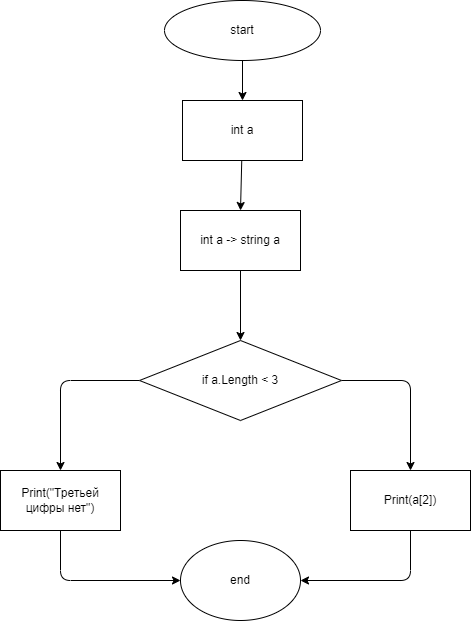
The draw.io diagram lection002/Exp002/diagram.drawio.png in xAlex099x/GB-C-lessons, before a commit. Source tidied: cells renumbered, new cells last; positions are measured from the earlier drawing's top-left corner, leaving out a move shared by most shapes. Source of this version:
```xml
<mxGraphModel>
  <root>
    <mxCell id="0" />
    <mxCell id="1" parent="0" />
    <mxCell id="2" style="edgeStyle=none;html=1;entryX=0.5;entryY=0;entryDx=0;entryDy=0;" parent="1" edge="1" source="3" target="5">
      <mxGeometry relative="1" as="geometry" />
    </mxCell>
    <mxCell id="3" value="start" style="ellipse;whiteSpace=wrap;html=1;" parent="1" vertex="1">
      <mxGeometry x="164" width="156" height="60" as="geometry" />
    </mxCell>
    <mxCell id="4" style="edgeStyle=none;html=1;entryX=0.5;entryY=0;entryDx=0;entryDy=0;" parent="1" edge="1" source="5" target="8">
      <mxGeometry relative="1" as="geometry" />
    </mxCell>
    <mxCell id="5" value="int a" style="rounded=0;whiteSpace=wrap;html=1;" parent="1" vertex="1">
      <mxGeometry x="182" y="100" width="120" height="60" as="geometry" />
    </mxCell>
    <mxCell id="6" value="end" style="ellipse;whiteSpace=wrap;html=1;" parent="1" vertex="1">
      <mxGeometry x="180" y="540" width="120" height="80" as="geometry" />
    </mxCell>
    <mxCell id="7" style="edgeStyle=none;html=1;entryX=0.5;entryY=0;entryDx=0;entryDy=0;" parent="1" edge="1" source="8" target="11">
      <mxGeometry relative="1" as="geometry" />
    </mxCell>
    <mxCell id="8" value="int a -&amp;gt; string a" style="rounded=0;whiteSpace=wrap;html=1;" parent="1" vertex="1">
      <mxGeometry x="180" y="210" width="120" height="60" as="geometry" />
    </mxCell>
    <mxCell id="9" style="edgeStyle=none;html=1;entryX=0.5;entryY=0;entryDx=0;entryDy=0;" parent="1" edge="1" source="11" target="13">
      <mxGeometry relative="1" as="geometry">
        <Array as="points">
          <mxPoint x="60" y="380" />
        </Array>
      </mxGeometry>
    </mxCell>
    <mxCell id="10" style="edgeStyle=none;html=1;entryX=0.5;entryY=0;entryDx=0;entryDy=0;exitX=1;exitY=0.5;exitDx=0;exitDy=0;" parent="1" edge="1" source="11" target="15">
      <mxGeometry relative="1" as="geometry">
        <Array as="points">
          <mxPoint x="410" y="380" />
        </Array>
      </mxGeometry>
    </mxCell>
    <mxCell id="11" value="if a.Length &amp;lt; 3" style="rhombus;whiteSpace=wrap;html=1;" parent="1" vertex="1">
      <mxGeometry x="139" y="340" width="202" height="80" as="geometry" />
    </mxCell>
    <mxCell id="12" style="edgeStyle=none;html=1;entryX=0;entryY=0.5;entryDx=0;entryDy=0;" parent="1" edge="1" source="13" target="6">
      <mxGeometry relative="1" as="geometry">
        <Array as="points">
          <mxPoint x="60" y="580" />
        </Array>
      </mxGeometry>
    </mxCell>
    <mxCell id="13" value="Print(&quot;Третьей цифры нет&quot;)" style="rounded=0;whiteSpace=wrap;html=1;" parent="1" vertex="1">
      <mxGeometry y="470" width="120" height="60" as="geometry" />
    </mxCell>
    <mxCell id="14" style="edgeStyle=none;html=1;entryX=1;entryY=0.5;entryDx=0;entryDy=0;exitX=0.5;exitY=1;exitDx=0;exitDy=0;" parent="1" edge="1" source="15" target="6">
      <mxGeometry relative="1" as="geometry">
        <Array as="points">
          <mxPoint x="410" y="580" />
        </Array>
      </mxGeometry>
    </mxCell>
    <mxCell id="15" value="Print(a[2])" style="rounded=0;whiteSpace=wrap;html=1;" parent="1" vertex="1">
      <mxGeometry x="350" y="470" width="120" height="60" as="geometry" />
    </mxCell>
  </root>
</mxGraphModel>
```
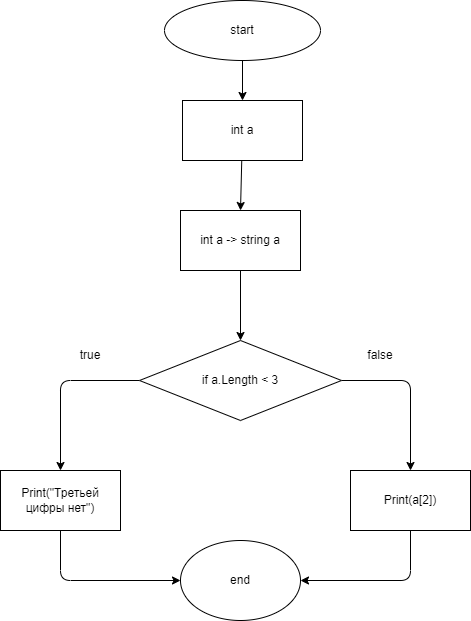
After the commit.

What changed in the source:
```diff
@@ -60,5 +60,11 @@
     <mxCell id="15" value="Print(a[2])" style="rounded=0;whiteSpace=wrap;html=1;" parent="1" vertex="1">
       <mxGeometry x="350" y="470" width="120" height="60" as="geometry" />
     </mxCell>
+    <mxCell id="16" value="true" style="text;html=1;strokeColor=none;fillColor=none;align=center;verticalAlign=middle;whiteSpace=wrap;rounded=0;" parent="1" vertex="1">
+      <mxGeometry x="60" y="340" width="60" height="30" as="geometry" />
+    </mxCell>
+    <mxCell id="17" value="false" style="text;html=1;strokeColor=none;fillColor=none;align=center;verticalAlign=middle;whiteSpace=wrap;rounded=0;" parent="1" vertex="1">
+      <mxGeometry x="350" y="340" width="60" height="30" as="geometry" />
+    </mxCell>
   </root>
 </mxGraphModel>
```
